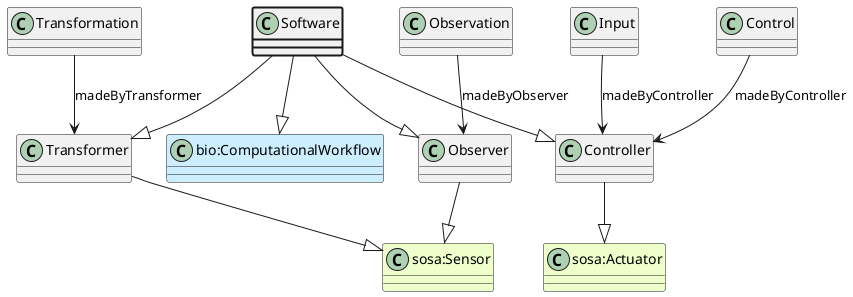
The PlantUML diagram ttl_uml/ttl_appn_Software.png in aus-plant-phenomics-network/appn-schema, before a commit.
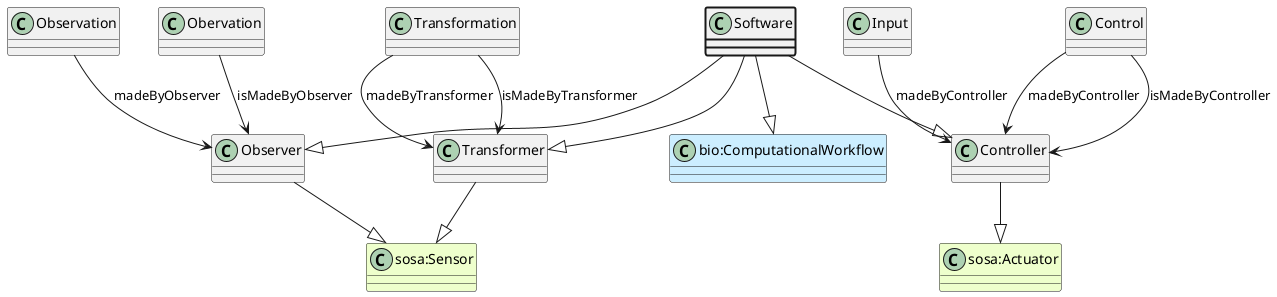
Above is the later version.

What changed in the source:
```diff
@@ -16,10 +16,16 @@
 Software --|> Transformer
 class Observation
 Observation --> Observer : madeByObserver
+class Obervation
+Obervation --> Observer : isMadeByObserver
 class Control
 Control --> Controller : madeByController
 class Input
 Input --> Controller : madeByController
+class Control
+Control --> Controller : isMadeByController
 class Transformation
 Transformation --> Transformer : madeByTransformer
+class Transformation
+Transformation --> Transformer : isMadeByTransformer
 @enduml
```
